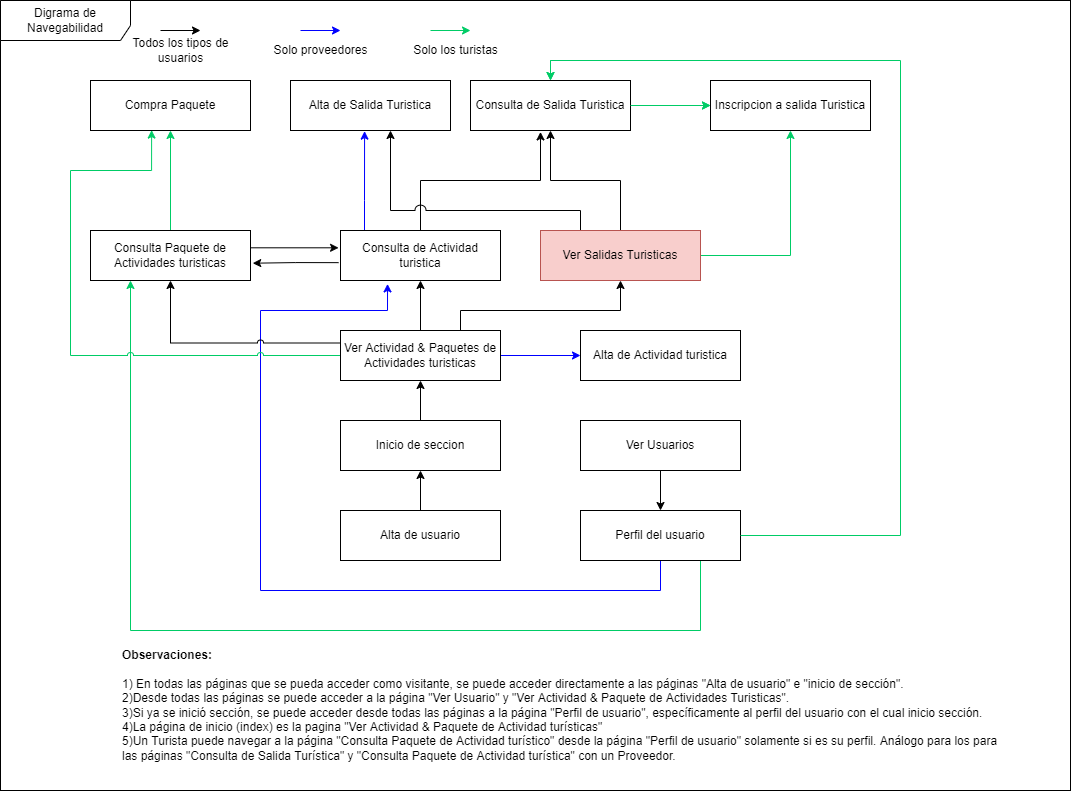
Above: docs/Iteración 2/Navegabilidades/propuesta digrama navegavilidad daniel.png in FacundoDiaz00/Taller-de-Programaci-n (draw.io), before the change. Source tidied: cells renumbered, new cells last; positions are measured from the earlier drawing's top-left corner, leaving out a move shared by most shapes.
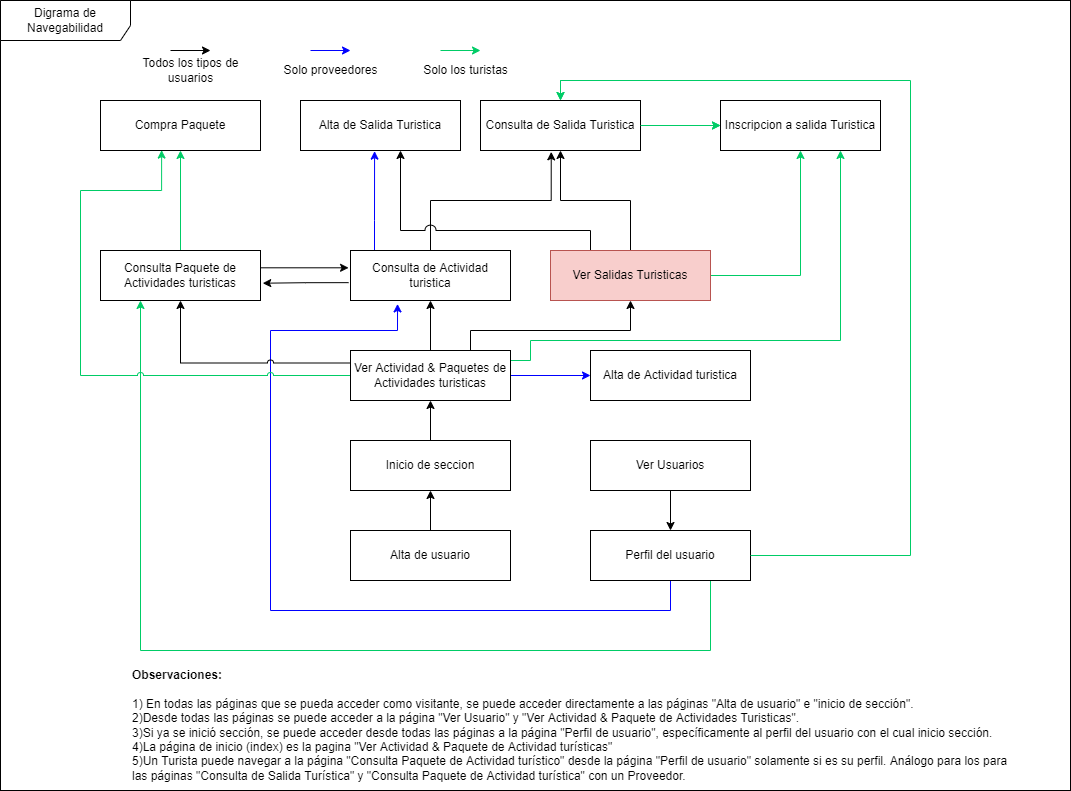
The same diagram one commit later.

Commit message:
una flecha que me olvide en la propuesta

The edit, as a diff of the source:
```diff
@@ -3,7 +3,7 @@
     <mxCell id="0" />
     <mxCell id="1" parent="0" />
     <mxCell id="2" style="rounded=0;whiteSpace=wrap;html=1;" parent="1" vertex="1">
-      <mxGeometry width="1070" height="790" as="geometry" />
+      <mxGeometry x="-10" y="-20" width="1070" height="790" as="geometry" />
     </mxCell>
     <mxCell id="3" style="edgeStyle=orthogonalEdgeStyle;rounded=0;jumpStyle=arc;jumpSize=11;jettySize=auto;html=1;entryX=0.294;entryY=1.068;entryDx=0;entryDy=0;entryPerimeter=0;exitX=0.5;exitY=1;exitDx=0;exitDy=0;strokeColor=#0000FF;" parent="1" edge="1" source="35" target="18">
       <mxGeometry relative="1" as="geometry">
@@ -49,6 +49,15 @@
     <mxCell id="9" style="edgeStyle=orthogonalEdgeStyle;rounded=0;jettySize=auto;html=1;entryX=0;entryY=0.5;entryDx=0;entryDy=0;strokeColor=#0000FF;" parent="1" edge="1" source="10" target="30">
       <mxGeometry relative="1" as="geometry" />
     </mxCell>
+    <mxCell id="46" style="edgeStyle=orthogonalEdgeStyle;rounded=0;jettySize=auto;html=1;entryX=0.75;entryY=1;entryDx=0;entryDy=0;strokeColor=#00CC66;" parent="1" edge="1" source="10" target="29">
+      <mxGeometry relative="1" as="geometry">
+        <Array as="points">
+          <mxPoint x="520" y="340" />
+          <mxPoint x="520" y="320" />
+          <mxPoint x="830" y="320" />
+        </Array>
+      </mxGeometry>
+    </mxCell>
     <mxCell id="10" value="Ver Actividad &amp;amp; Paquetes de Actividades turisticas" style="rounded=0;whiteSpace=wrap;html=1;" parent="1" vertex="1">
       <mxGeometry x="340" y="330" width="160" height="50" as="geometry" />
     </mxCell>
@@ -197,7 +206,7 @@
       </mxGeometry>
     </mxCell>
     <mxCell id="45" value="Digrama de Navegabilidad" style="shape=umlFrame;whiteSpace=wrap;html=1;width=130;height=40;" parent="1" vertex="1">
-      <mxGeometry width="1070" height="790" as="geometry" />
+      <mxGeometry x="-10" y="-20" width="1070" height="790" as="geometry" />
     </mxCell>
   </root>
 </mxGraphModel>
```
